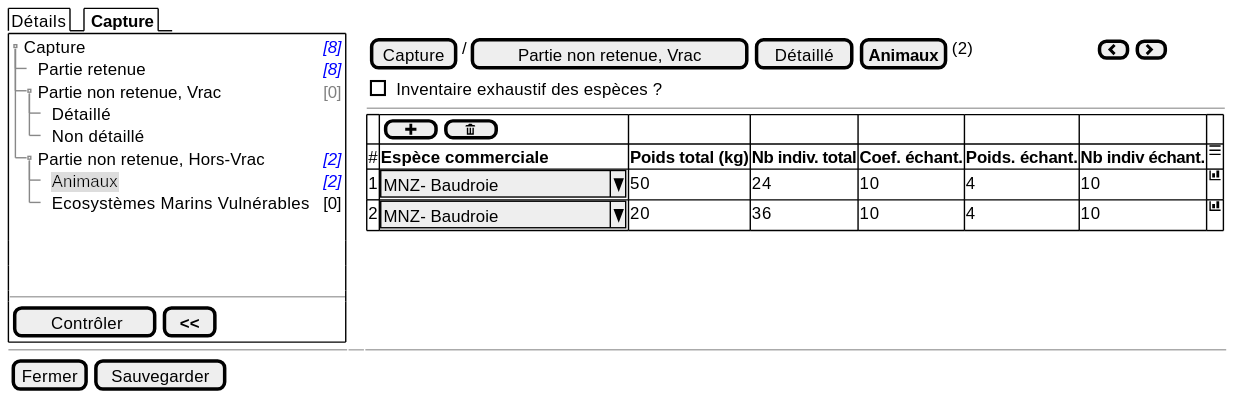
Earlier version of the PlantUML export projects/obsmer/spe/images/batch/batch-tree-PNR-HVRAC-ANI.svg (sumaris-net/sumaris-doc). Its diagram source:
```plantuml
@startsalt
{
  {/ Détails | <b> Capture }
  {+
   {T
       + Capture    | <i><color:blue>[8]
       ++ Partie retenue       | <i><color:blue>[8]
       ++ Partie non retenue, Vrac | <color:gray>[0]
       +++ Détaillé
       +++ Non détaillé
       ++ Partie non retenue, Hors-Vrac | <i><color:blue>[2]
       +++ <back:#DDD>Animaux | <i><color:blue>[2]
       +++ Ecosystèmes Marins Vulnérables | <color:black>[0]
   }
    .
    .
    .
   --
   {
      [<&checkmark> Contrôler] | [ <b><< ]
   }
  } | . | {
    { [Capture] | / | [Partie non retenue, Vrac] | [Détaillé] | [<b>Animaux] | (2) | . | . | . | . | . | . | . | . | . | . | . | . | . | . | . | . | . | { [<&chevron-left>] | [<&chevron-right>] } }

    { [ ] Inventaire exhaustif des espèces ? }
    ---
    {#
          . | {[ <&plus> ] | [ <&trash> ] }  | . | . | . | . | .
          # | <b>Espèce commerciale  | <b>Poids total (kg)     |  <b>Nb indiv. total  | <b>Coef. échant. | <b>Poids. échant. | <b>Nb indiv échant. | <&menu>
          1 | ^MNZ- Baudroie       ^ |  50   |  24   |   10          | 4 | 10 | <&bar-chart>
          2 | ^MNZ- Baudroie       ^ |  20   |  36   |   10          | 4 | 10 | <&bar-chart>
        }
  }

  -- | -- | --
  { [Fermer] | [Sauvegarder] }
}
@endsalt
```
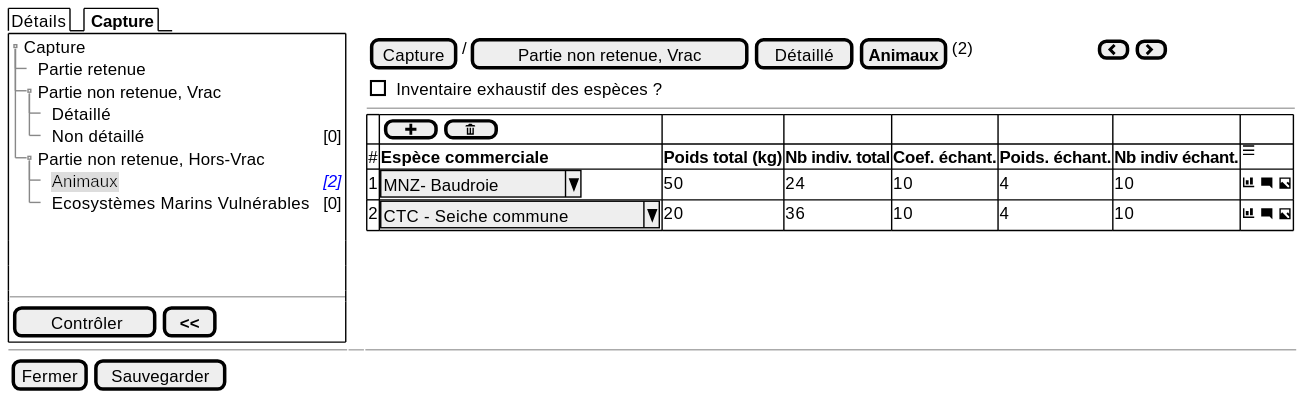
After the change.

Diff of the diagram source:
```diff
@@ -3,12 +3,12 @@
   {/ Détails | <b> Capture }
   {+
    {T
-       + Capture    | <i><color:blue>[8]
-       ++ Partie retenue       | <i><color:blue>[8]
-       ++ Partie non retenue, Vrac | <color:gray>[0]
+       + Capture
+       ++ Partie retenue
+       ++ Partie non retenue, Vrac
        +++ Détaillé
-       +++ Non détaillé
-       ++ Partie non retenue, Hors-Vrac | <i><color:blue>[2]
+       +++ Non détaillé | <color:black>[0]
+       ++ Partie non retenue, Hors-Vrac
        +++ <back:#DDD>Animaux | <i><color:blue>[2]
        +++ Ecosystèmes Marins Vulnérables | <color:black>[0]
    }
@@ -27,8 +27,8 @@
     {#
           . | {[ <&plus> ] | [ <&trash> ] }  | . | . | . | . | .
           # | <b>Espèce commerciale  | <b>Poids total (kg)     |  <b>Nb indiv. total  | <b>Coef. échant. | <b>Poids. échant. | <b>Nb indiv échant. | <&menu>
-          1 | ^MNZ- Baudroie       ^ |  50   |  24   |   10          | 4 | 10 | <&bar-chart>
-          2 | ^MNZ- Baudroie       ^ |  20   |  36   |   10          | 4 | 10 | <&bar-chart>
+          1 | ^MNZ- Baudroie   ^ |  50   |  24   |   10          | 4 | 10 | <&bar-chart> <&comment-square> <&image>
+          2 | ^CTC - Seiche commune   ^ |  20   |  36   |   10          | 4 | 10 | <&bar-chart> <&comment-square> <&image>
         }
   }
 
```
